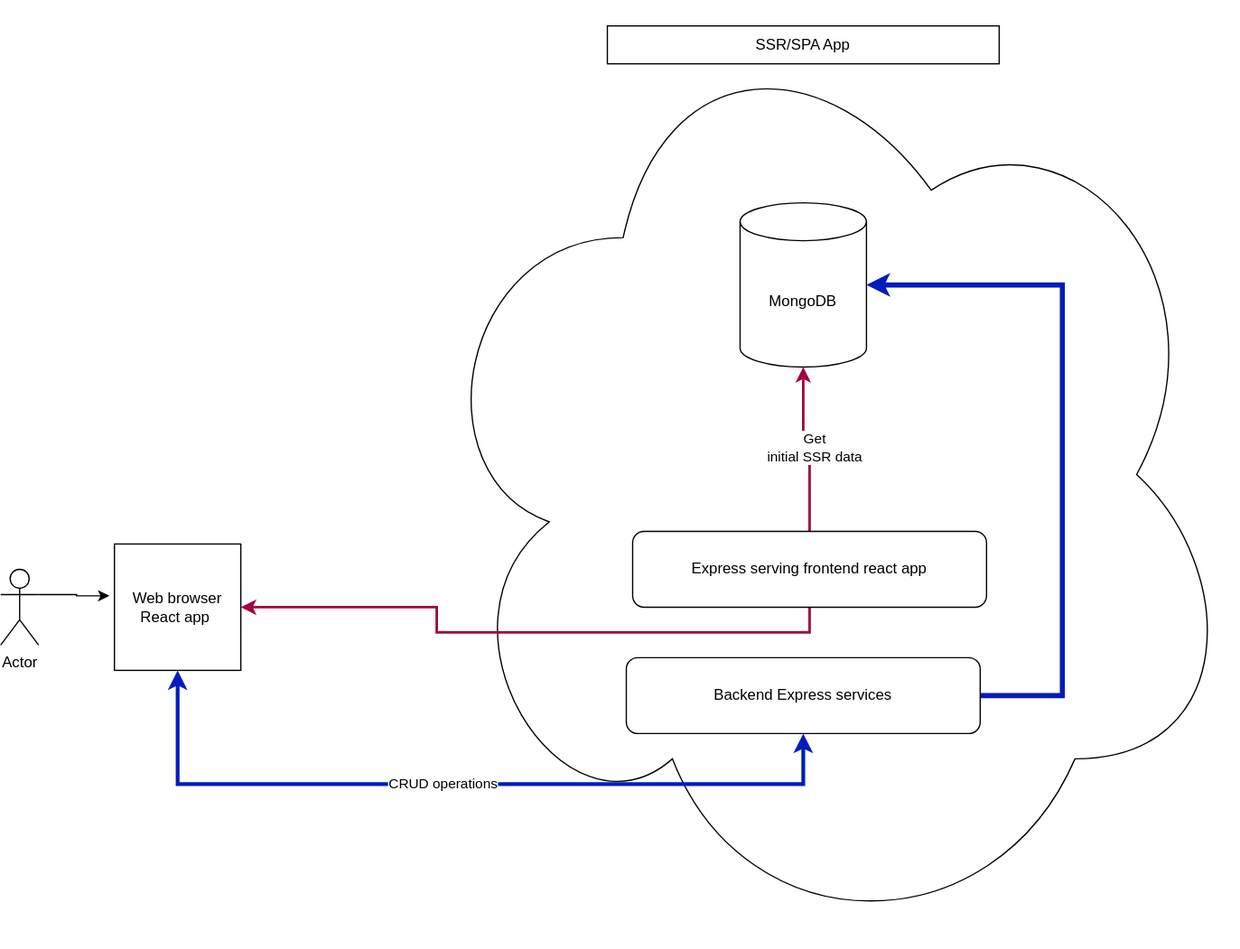
The draw.io diagram diagram.svg in ToniNichev/tutorials-aws-ec2-dataManager, before a commit. Source tidied: cells renumbered, new cells last; positions are measured from the earlier drawing's top-left corner, leaving out a move shared by most shapes. Source of this version:
```xml
<mxGraphModel>
  <root>
    <mxCell id="0" />
    <mxCell id="1" parent="0" />
    <mxCell id="2" style="ellipse;shape=cloud;whiteSpace=wrap;html=1;" parent="1" vertex="1">
      <mxGeometry x="330" width="650" height="750" as="geometry" />
    </mxCell>
    <mxCell id="3" style="edgeStyle=orthogonalEdgeStyle;rounded=0;jettySize=auto;html=1;exitX=1;exitY=0.3333333333333333;exitDx=0;exitDy=0;exitPerimeter=0;entryX=-0.04;entryY=0.41;entryDx=0;entryDy=0;entryPerimeter=0;" parent="1" edge="1" source="4" target="5">
      <mxGeometry relative="1" as="geometry" />
    </mxCell>
    <mxCell id="4" value="Actor" style="shape=umlActor;verticalLabelPosition=bottom;verticalAlign=top;html=1;outlineConnect=0;" parent="1" vertex="1">
      <mxGeometry y="450" width="30" height="60" as="geometry" />
    </mxCell>
    <mxCell id="5" value="Web browser&lt;br&gt;React app&amp;nbsp;" style="whiteSpace=wrap;html=1;" parent="1" vertex="1">
      <mxGeometry x="90" y="430" width="100" height="100" as="geometry" />
    </mxCell>
    <mxCell id="6" value="MongoDB" style="shape=cylinder3;whiteSpace=wrap;html=1;boundedLbl=1;backgroundOutline=1;size=15;" parent="1" vertex="1">
      <mxGeometry x="585" y="160" width="100" height="130" as="geometry" />
    </mxCell>
    <mxCell id="7" value="SSR/SPA App" style="rounded=0;whiteSpace=wrap;html=1;" parent="1" vertex="1">
      <mxGeometry x="480" y="20" width="310" height="30" as="geometry" />
    </mxCell>
    <mxCell id="8" style="edgeStyle=orthogonalEdgeStyle;rounded=0;jettySize=auto;html=1;exitX=0.5;exitY=0;exitDx=0;exitDy=0;entryX=0.5;entryY=1;entryDx=0;entryDy=0;entryPerimeter=0;strokeWidth=2;fillColor=#d80073;strokeColor=#A50040;" parent="1" edge="1" source="11" target="6">
      <mxGeometry relative="1" as="geometry" />
    </mxCell>
    <mxCell id="9" value="Get&lt;br&gt;initial SSR data" style="edgeLabel;html=1;align=center;verticalAlign=middle;" parent="8" vertex="1">
      <mxGeometry x="-0.04" y="-4" relative="1" as="geometry">
        <mxPoint x="4" y="3" as="offset" />
      </mxGeometry>
    </mxCell>
    <mxCell id="10" style="edgeStyle=orthogonalEdgeStyle;rounded=0;jettySize=auto;html=1;entryX=1;entryY=0.5;entryDx=0;entryDy=0;strokeWidth=2;fillColor=#d80073;strokeColor=#A50040;" parent="1" edge="1" source="11" target="5">
      <mxGeometry relative="1" as="geometry">
        <Array as="points">
          <mxPoint x="640" y="500" />
          <mxPoint x="345" y="500" />
          <mxPoint x="345" y="480" />
        </Array>
      </mxGeometry>
    </mxCell>
    <mxCell id="11" value="Express serving frontend react app" style="rounded=1;whiteSpace=wrap;html=1;" parent="1" vertex="1">
      <mxGeometry x="500" y="420" width="280" height="60" as="geometry" />
    </mxCell>
    <mxCell id="12" style="edgeStyle=orthogonalEdgeStyle;rounded=0;jettySize=auto;html=1;entryX=1;entryY=0.5;entryDx=0;entryDy=0;entryPerimeter=0;fillColor=#0050ef;strokeColor=#001DBC;strokeWidth=4;" parent="1" edge="1" source="13" target="6">
      <mxGeometry relative="1" as="geometry">
        <Array as="points">
          <mxPoint x="840" y="550" />
          <mxPoint x="840" y="225" />
        </Array>
      </mxGeometry>
    </mxCell>
    <mxCell id="13" value="Backend Express services" style="rounded=1;whiteSpace=wrap;html=1;" parent="1" vertex="1">
      <mxGeometry x="495" y="520" width="280" height="60" as="geometry" />
    </mxCell>
    <mxCell id="14" style="edgeStyle=orthogonalEdgeStyle;rounded=0;orthogonalLoop=1;jettySize=auto;html=1;exitX=0.5;exitY=1;exitDx=0;exitDy=0;" parent="1" edge="1">
      <mxGeometry relative="1" as="geometry">
        <mxPoint x="635" y="680" as="sourcePoint" />
        <mxPoint x="635" y="680" as="targetPoint" />
      </mxGeometry>
    </mxCell>
    <mxCell id="15" style="endArrow=classic;startArrow=classic;html=1;rounded=0;strokeWidth=3;entryX=0.5;entryY=1;entryDx=0;entryDy=0;exitX=0.5;exitY=1;exitDx=0;exitDy=0;fillColor=#0050ef;strokeColor=#001DBC;" parent="1" edge="1" source="5" target="13">
      <mxGeometry relative="1" as="geometry">
        <Array as="points">
          <mxPoint x="140" y="620" />
          <mxPoint x="635" y="620" />
        </Array>
      </mxGeometry>
    </mxCell>
    <mxCell id="16" value="CRUD operations" style="edgeLabel;html=1;align=center;verticalAlign=middle;" parent="15" vertex="1">
      <mxGeometry x="-0.04" relative="1" as="geometry" />
    </mxCell>
  </root>
</mxGraphModel>
```
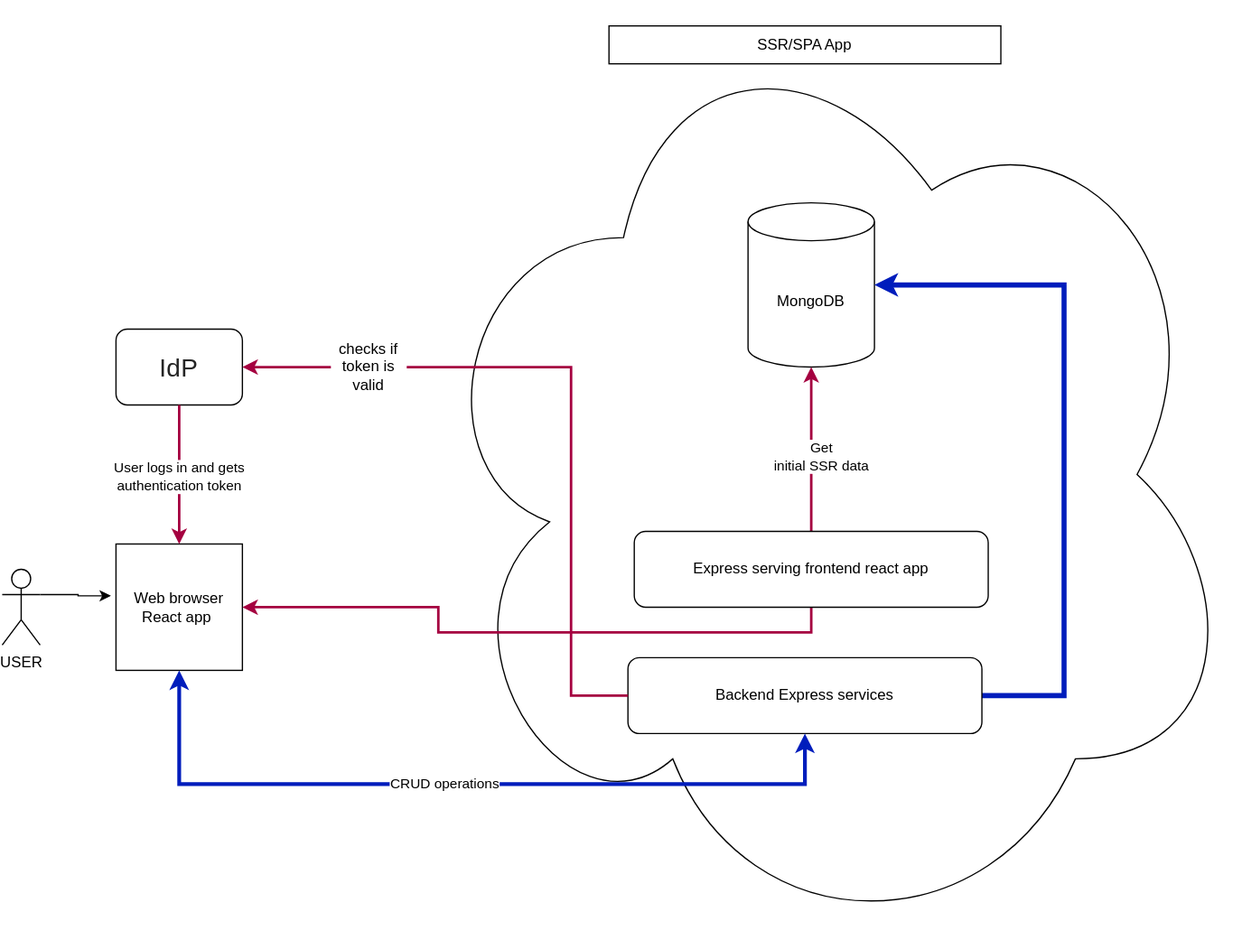
After the commit.

Change to the diagram source:
```diff
@@ -3,19 +3,19 @@
     <mxCell id="0" />
     <mxCell id="1" parent="0" />
     <mxCell id="2" style="ellipse;shape=cloud;whiteSpace=wrap;html=1;" parent="1" vertex="1">
-      <mxGeometry x="330" width="650" height="750" as="geometry" />
+      <mxGeometry x="329" width="650" height="750" as="geometry" />
     </mxCell>
     <mxCell id="3" style="edgeStyle=orthogonalEdgeStyle;rounded=0;jettySize=auto;html=1;exitX=1;exitY=0.3333333333333333;exitDx=0;exitDy=0;exitPerimeter=0;entryX=-0.04;entryY=0.41;entryDx=0;entryDy=0;entryPerimeter=0;" parent="1" edge="1" source="4" target="5">
       <mxGeometry relative="1" as="geometry" />
     </mxCell>
-    <mxCell id="4" value="Actor" style="shape=umlActor;verticalLabelPosition=bottom;verticalAlign=top;html=1;outlineConnect=0;" parent="1" vertex="1">
+    <mxCell id="4" value="USER" style="shape=umlActor;verticalLabelPosition=bottom;verticalAlign=top;html=1;outlineConnect=0;" parent="1" vertex="1">
       <mxGeometry y="450" width="30" height="60" as="geometry" />
     </mxCell>
     <mxCell id="5" value="Web browser&lt;br&gt;React app&amp;nbsp;" style="whiteSpace=wrap;html=1;" parent="1" vertex="1">
       <mxGeometry x="90" y="430" width="100" height="100" as="geometry" />
     </mxCell>
     <mxCell id="6" value="MongoDB" style="shape=cylinder3;whiteSpace=wrap;html=1;boundedLbl=1;backgroundOutline=1;size=15;" parent="1" vertex="1">
-      <mxGeometry x="585" y="160" width="100" height="130" as="geometry" />
+      <mxGeometry x="590" y="160" width="100" height="130" as="geometry" />
     </mxCell>
     <mxCell id="7" value="SSR/SPA App" style="rounded=0;whiteSpace=wrap;html=1;" parent="1" vertex="1">
       <mxGeometry x="480" y="20" width="310" height="30" as="geometry" />
@@ -68,5 +68,30 @@
     <mxCell id="16" value="CRUD operations" style="edgeLabel;html=1;align=center;verticalAlign=middle;" parent="15" vertex="1">
       <mxGeometry x="-0.04" relative="1" as="geometry" />
     </mxCell>
+    <mxCell id="17" value="&lt;span style=&quot;color: rgba(0 , 0 , 0 , 0.86) ; font-family: , sans-serif ; font-size: 20px ; letter-spacing: 0.2px ; background-color: rgb(255 , 255 , 255)&quot;&gt;IdP&lt;/span&gt;" style="rounded=1;whiteSpace=wrap;html=1;" parent="1" vertex="1">
+      <mxGeometry x="90" y="260" width="100" height="60" as="geometry" />
+    </mxCell>
+    <mxCell id="18" style="edgeStyle=orthogonalEdgeStyle;rounded=0;jettySize=auto;html=1;entryX=1;entryY=0.5;entryDx=0;entryDy=0;strokeWidth=2;fillColor=#d80073;strokeColor=#A50040;exitX=0;exitY=0.5;exitDx=0;exitDy=0;startArrow=none;" parent="1" edge="1" source="19" target="17">
+      <mxGeometry relative="1" as="geometry" />
+    </mxCell>
+    <mxCell id="19" value="checks if token is valid" style="text;html=1;strokeColor=none;fillColor=none;align=center;verticalAlign=middle;whiteSpace=wrap;rounded=0;" parent="1" vertex="1">
+      <mxGeometry x="260" y="275" width="60" height="30" as="geometry" />
+    </mxCell>
+    <mxCell id="20" style="edgeStyle=orthogonalEdgeStyle;rounded=0;jettySize=auto;html=1;entryX=1;entryY=0.5;entryDx=0;entryDy=0;strokeWidth=2;fillColor=#d80073;strokeColor=#A50040;exitX=0;exitY=0.5;exitDx=0;exitDy=0;endArrow=none;" parent="1" edge="1" source="13" target="19">
+      <mxGeometry relative="1" as="geometry">
+        <Array as="points">
+          <mxPoint x="450" y="550" />
+          <mxPoint x="450" y="290" />
+        </Array>
+      </mxGeometry>
+    </mxCell>
+    <mxCell id="21" style="edgeStyle=orthogonalEdgeStyle;rounded=0;jettySize=auto;html=1;exitX=0.5;exitY=1;exitDx=0;exitDy=0;entryX=0.5;entryY=0;entryDx=0;entryDy=0;strokeWidth=2;fillColor=#d80073;strokeColor=#A50040;" parent="1" edge="1" source="17" target="5">
+      <mxGeometry relative="1" as="geometry" />
+    </mxCell>
+    <mxCell id="22" value="User logs in and gets &lt;br&gt;authentication token" style="edgeLabel;html=1;align=center;verticalAlign=middle;" parent="21" vertex="1">
+      <mxGeometry x="-0.04" y="-4" relative="1" as="geometry">
+        <mxPoint x="4" y="3" as="offset" />
+      </mxGeometry>
+    </mxCell>
   </root>
 </mxGraphModel>
```
